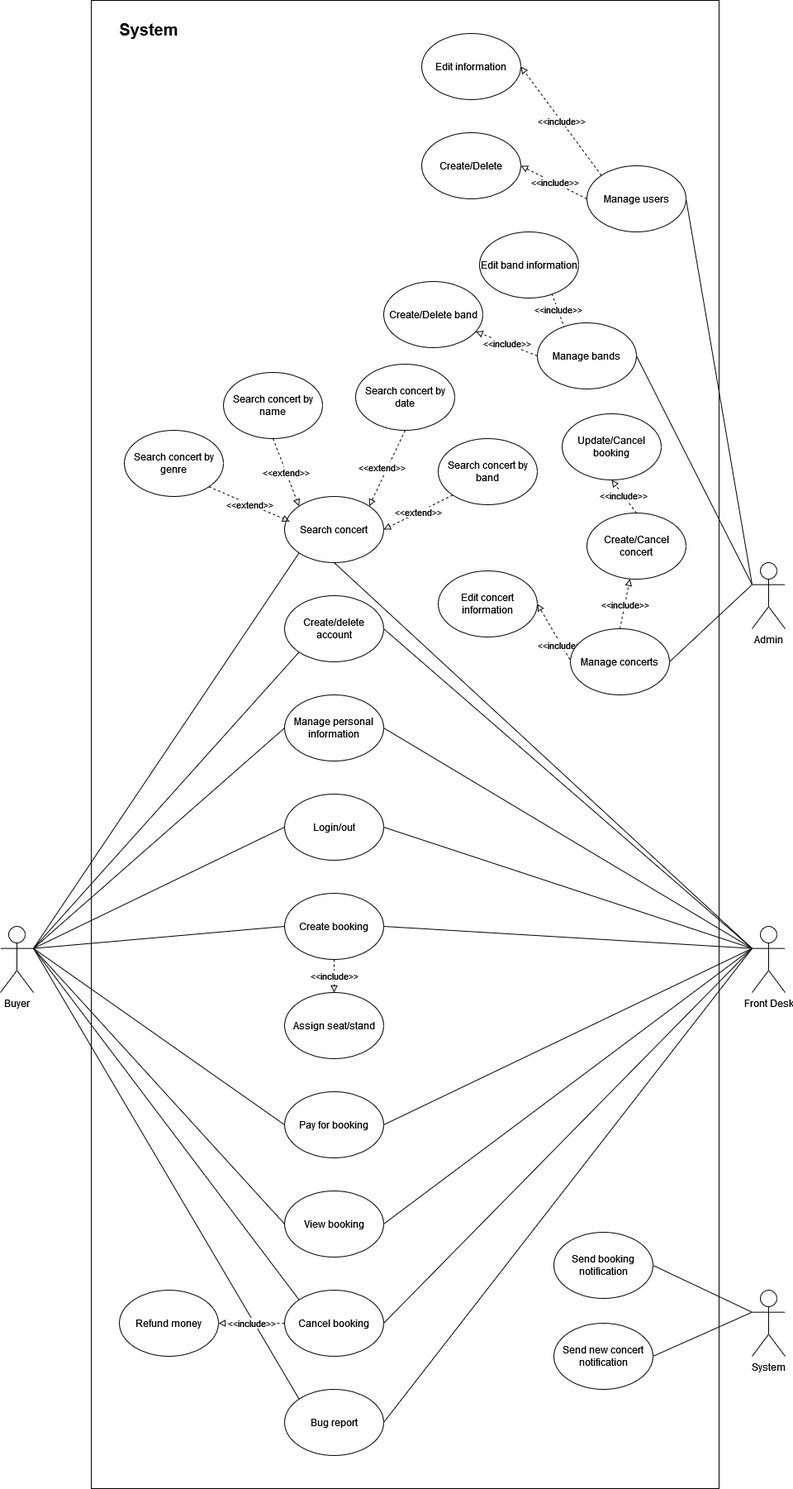
rronaldr/4IT575-Architektury keeps this draw.io diagram as resources/diagrams/images/UseCaseDiagram.png. Above is the earlier version. Source tidied: cells renumbered, new cells last; positions are measured from the earlier drawing's top-left corner, leaving out a move shared by most shapes. Source of this version:
```xml
<mxGraphModel>
  <root>
    <mxCell id="0" />
    <mxCell id="1" parent="0" />
    <mxCell id="2" style="edgeStyle=none;rounded=0;jettySize=auto;html=1;exitX=1;exitY=0.3333333333333333;exitDx=0;exitDy=0;exitPerimeter=0;entryX=0;entryY=1;entryDx=0;entryDy=0;endArrow=none;endFill=0;" parent="1" edge="1" source="6" target="7">
      <mxGeometry relative="1" as="geometry" />
    </mxCell>
    <mxCell id="3" style="edgeStyle=none;rounded=0;jettySize=auto;html=1;exitX=1;exitY=0.3333333333333333;exitDx=0;exitDy=0;exitPerimeter=0;entryX=0;entryY=1;entryDx=0;entryDy=0;endArrow=none;endFill=0;" parent="1" edge="1" source="6" target="18">
      <mxGeometry relative="1" as="geometry" />
    </mxCell>
    <mxCell id="4" style="edgeStyle=none;rounded=0;jettySize=auto;html=1;exitX=1;exitY=0.3333333333333333;exitDx=0;exitDy=0;exitPerimeter=0;entryX=0;entryY=0.5;entryDx=0;entryDy=0;endArrow=none;endFill=0;" parent="1" edge="1" source="6" target="31">
      <mxGeometry relative="1" as="geometry" />
    </mxCell>
    <mxCell id="5" style="edgeStyle=none;rounded=0;jettySize=auto;html=1;exitX=1;exitY=0.3333333333333333;exitDx=0;exitDy=0;exitPerimeter=0;entryX=0;entryY=0;entryDx=0;entryDy=0;endArrow=none;endFill=0;" parent="1" edge="1" source="6" target="63">
      <mxGeometry relative="1" as="geometry" />
    </mxCell>
    <mxCell id="6" value="Buyer" style="shape=umlActor;verticalLabelPosition=bottom;verticalAlign=top;html=1;" parent="1" vertex="1">
      <mxGeometry y="1120" width="40" height="80" as="geometry" />
    </mxCell>
    <mxCell id="7" value="Search concert" style="ellipse;whiteSpace=wrap;html=1;" parent="1" vertex="1">
      <mxGeometry x="344" y="600" width="120" height="80" as="geometry" />
    </mxCell>
    <mxCell id="8" value="&amp;lt;&amp;lt;extend&amp;gt;&amp;gt;" style="edgeStyle=none;rounded=0;jettySize=auto;html=1;exitX=1;exitY=1;exitDx=0;exitDy=0;entryX=0.05;entryY=0.375;entryDx=0;entryDy=0;entryPerimeter=0;dashed=1;endArrow=block;endFill=0;" parent="1" edge="1" source="9" target="7">
      <mxGeometry relative="1" as="geometry" />
    </mxCell>
    <mxCell id="9" value="Search concert by genre" style="ellipse;whiteSpace=wrap;html=1;" parent="1" vertex="1">
      <mxGeometry x="150" y="520" width="120" height="80" as="geometry" />
    </mxCell>
    <mxCell id="10" value="&lt;div&gt;&amp;lt;&amp;lt;extend&amp;gt;&amp;gt;&lt;/div&gt;" style="rounded=0;jettySize=auto;html=1;exitX=0.5;exitY=1;exitDx=0;exitDy=0;entryX=0;entryY=0;entryDx=0;entryDy=0;dashed=1;endArrow=block;endFill=0;" parent="1" edge="1" source="11" target="7">
      <mxGeometry relative="1" as="geometry" />
    </mxCell>
    <mxCell id="11" value="Search concert by name" style="ellipse;whiteSpace=wrap;html=1;" parent="1" vertex="1">
      <mxGeometry x="270" y="450" width="120" height="80" as="geometry" />
    </mxCell>
    <mxCell id="12" value="&lt;div&gt;&amp;lt;&amp;lt;extend&amp;gt;&amp;gt;&lt;span style=&quot;white-space: pre;&quot;&gt;&#9;&lt;/span&gt;&lt;/div&gt;" style="rounded=0;jettySize=auto;html=1;exitX=0.5;exitY=1;exitDx=0;exitDy=0;entryX=1;entryY=0;entryDx=0;entryDy=0;dashed=1;endArrow=block;endFill=0;" parent="1" edge="1" source="13" target="7">
      <mxGeometry relative="1" as="geometry" />
    </mxCell>
    <mxCell id="13" value="Search concert by date" style="ellipse;whiteSpace=wrap;html=1;" parent="1" vertex="1">
      <mxGeometry x="430" y="440" width="120" height="80" as="geometry" />
    </mxCell>
    <mxCell id="14" value="&amp;lt;&amp;lt;extend&amp;gt;&amp;gt;" style="rounded=0;jettySize=auto;html=1;exitX=0;exitY=1;exitDx=0;exitDy=0;entryX=1;entryY=0.5;entryDx=0;entryDy=0;dashed=1;endArrow=block;endFill=0;" parent="1" edge="1" source="15" target="7">
      <mxGeometry relative="1" as="geometry" />
    </mxCell>
    <mxCell id="15" value="Search concert by band" style="ellipse;whiteSpace=wrap;html=1;" parent="1" vertex="1">
      <mxGeometry x="530" y="530" width="120" height="80" as="geometry" />
    </mxCell>
    <mxCell id="16" style="edgeStyle=none;rounded=0;jettySize=auto;html=1;exitX=0;exitY=0.5;exitDx=0;exitDy=0;entryX=1;entryY=0.3333333333333333;entryDx=0;entryDy=0;entryPerimeter=0;endArrow=none;endFill=0;" parent="1" edge="1" source="17" target="6">
      <mxGeometry relative="1" as="geometry" />
    </mxCell>
    <mxCell id="17" value="Login/out" style="ellipse;whiteSpace=wrap;html=1;" parent="1" vertex="1">
      <mxGeometry x="344" y="960" width="120" height="80" as="geometry" />
    </mxCell>
    <mxCell id="18" value="Create/delete account" style="ellipse;whiteSpace=wrap;html=1;" parent="1" vertex="1">
      <mxGeometry x="344" y="720" width="120" height="80" as="geometry" />
    </mxCell>
    <mxCell id="19" style="edgeStyle=none;rounded=0;jettySize=auto;html=1;exitX=0;exitY=0.5;exitDx=0;exitDy=0;endArrow=none;endFill=0;entryX=1;entryY=0.3333333333333333;entryDx=0;entryDy=0;entryPerimeter=0;" parent="1" edge="1" source="21" target="6">
      <mxGeometry relative="1" as="geometry" />
    </mxCell>
    <mxCell id="20" value="&amp;lt;&amp;lt;include&amp;gt;&amp;gt;" style="edgeStyle=none;rounded=0;jettySize=auto;html=1;exitX=0.5;exitY=1;exitDx=0;exitDy=0;entryX=0.5;entryY=0;entryDx=0;entryDy=0;endArrow=block;endFill=0;dashed=1;" parent="1" edge="1" source="21" target="22">
      <mxGeometry relative="1" as="geometry" />
    </mxCell>
    <mxCell id="21" value="Create booking" style="ellipse;whiteSpace=wrap;html=1;" parent="1" vertex="1">
      <mxGeometry x="344" y="1080" width="120" height="80" as="geometry" />
    </mxCell>
    <mxCell id="22" value="Assign seat/stand" style="ellipse;whiteSpace=wrap;html=1;" parent="1" vertex="1">
      <mxGeometry x="344" y="1200" width="120" height="80" as="geometry" />
    </mxCell>
    <mxCell id="23" style="edgeStyle=none;rounded=0;jettySize=auto;html=1;exitX=0;exitY=0.5;exitDx=0;exitDy=0;entryX=1;entryY=0.3333333333333333;entryDx=0;entryDy=0;entryPerimeter=0;endArrow=none;endFill=0;" parent="1" edge="1" source="24" target="6">
      <mxGeometry relative="1" as="geometry" />
    </mxCell>
    <mxCell id="24" value="Pay for booking" style="ellipse;whiteSpace=wrap;html=1;" parent="1" vertex="1">
      <mxGeometry x="344" y="1320" width="120" height="80" as="geometry" />
    </mxCell>
    <mxCell id="25" style="edgeStyle=none;rounded=0;jettySize=auto;html=1;exitX=0;exitY=0;exitDx=0;exitDy=0;entryX=1;entryY=0.3333333333333333;entryDx=0;entryDy=0;entryPerimeter=0;endArrow=none;endFill=0;" parent="1" edge="1" source="27" target="6">
      <mxGeometry relative="1" as="geometry" />
    </mxCell>
    <mxCell id="26" value="&amp;lt;&amp;lt;include&amp;gt;&amp;gt;" style="edgeStyle=none;rounded=0;jettySize=auto;html=1;exitX=0;exitY=0.5;exitDx=0;exitDy=0;dashed=1;endArrow=block;endFill=0;" parent="1" edge="1" source="27" target="30">
      <mxGeometry relative="1" as="geometry" />
    </mxCell>
    <mxCell id="27" value="Cancel booking" style="ellipse;whiteSpace=wrap;html=1;" parent="1" vertex="1">
      <mxGeometry x="344" y="1560" width="120" height="80" as="geometry" />
    </mxCell>
    <mxCell id="28" style="edgeStyle=none;rounded=0;jettySize=auto;html=1;exitX=0;exitY=0.5;exitDx=0;exitDy=0;entryX=1;entryY=0.3333333333333333;entryDx=0;entryDy=0;entryPerimeter=0;endArrow=none;endFill=0;" parent="1" edge="1" source="29" target="6">
      <mxGeometry relative="1" as="geometry" />
    </mxCell>
    <mxCell id="29" value="View booking" style="ellipse;whiteSpace=wrap;html=1;" parent="1" vertex="1">
      <mxGeometry x="344" y="1440" width="120" height="80" as="geometry" />
    </mxCell>
    <mxCell id="30" value="Refund money" style="ellipse;whiteSpace=wrap;html=1;" parent="1" vertex="1">
      <mxGeometry x="144" y="1560" width="120" height="80" as="geometry" />
    </mxCell>
    <mxCell id="31" value="Manage personal information" style="ellipse;whiteSpace=wrap;html=1;" parent="1" vertex="1">
      <mxGeometry x="344" y="840" width="120" height="80" as="geometry" />
    </mxCell>
    <mxCell id="32" value="&amp;lt;&amp;lt;include&amp;gt;&amp;gt;" style="edgeStyle=none;rounded=0;jettySize=auto;html=1;exitX=0.5;exitY=0;exitDx=0;exitDy=0;dashed=1;endArrow=block;endFill=0;" parent="1" edge="1" source="34" target="37">
      <mxGeometry relative="1" as="geometry" />
    </mxCell>
    <mxCell id="33" value="&amp;lt;&amp;lt;include&amp;gt;&amp;gt;" style="edgeStyle=none;rounded=0;jettySize=auto;html=1;exitX=0;exitY=1;exitDx=0;exitDy=0;entryX=1;entryY=0.5;entryDx=0;entryDy=0;dashed=1;endArrow=block;endFill=0;" parent="1" edge="1" source="34" target="35">
      <mxGeometry relative="1" as="geometry" />
    </mxCell>
    <mxCell id="34" value="Manage concerts" style="ellipse;whiteSpace=wrap;html=1;" parent="1" vertex="1">
      <mxGeometry x="690" y="760" width="120" height="80" as="geometry" />
    </mxCell>
    <mxCell id="35" value="Edit concert information" style="ellipse;whiteSpace=wrap;html=1;" parent="1" vertex="1">
      <mxGeometry x="530" y="690" width="120" height="80" as="geometry" />
    </mxCell>
    <mxCell id="36" value="&amp;lt;&amp;lt;include&amp;gt;&amp;gt;" style="edgeStyle=none;rounded=0;jettySize=auto;html=1;exitX=0.5;exitY=0;exitDx=0;exitDy=0;entryX=0.5;entryY=1;entryDx=0;entryDy=0;endArrow=block;endFill=0;dashed=1;" parent="1" edge="1" source="37" target="38">
      <mxGeometry relative="1" as="geometry" />
    </mxCell>
    <mxCell id="37" value="Create/Cancel concert" style="ellipse;whiteSpace=wrap;html=1;" parent="1" vertex="1">
      <mxGeometry x="710" y="620" width="120" height="80" as="geometry" />
    </mxCell>
    <mxCell id="38" value="Update/Cancel booking" style="ellipse;whiteSpace=wrap;html=1;" parent="1" vertex="1">
      <mxGeometry x="680" y="500" width="120" height="80" as="geometry" />
    </mxCell>
    <mxCell id="39" value="&amp;lt;&amp;lt;include&amp;gt;&amp;gt;" style="edgeStyle=none;rounded=0;jettySize=auto;html=1;exitX=0;exitY=0.5;exitDx=0;exitDy=0;dashed=1;endArrow=block;endFill=0;" parent="1" edge="1" source="41" target="43">
      <mxGeometry relative="1" as="geometry" />
    </mxCell>
    <mxCell id="40" value="&amp;lt;&amp;lt;include&amp;gt;&amp;gt;" style="edgeStyle=none;rounded=0;jettySize=auto;html=1;exitX=0.5;exitY=1;exitDx=0;exitDy=0;entryX=0.5;entryY=0;entryDx=0;entryDy=0;dashed=1;endArrow=block;endFill=0;" parent="1" edge="1" source="41" target="42">
      <mxGeometry relative="1" as="geometry" />
    </mxCell>
    <mxCell id="41" value="Manage bands" style="ellipse;whiteSpace=wrap;html=1;" parent="1" vertex="1">
      <mxGeometry x="650" y="390" width="120" height="80" as="geometry" />
    </mxCell>
    <mxCell id="42" value="Edit band information" style="ellipse;whiteSpace=wrap;html=1;gradientColor=none;" parent="1" vertex="1">
      <mxGeometry x="580" y="280" width="120" height="80" as="geometry" />
    </mxCell>
    <mxCell id="43" value="Create/Delete band" style="ellipse;whiteSpace=wrap;html=1;" parent="1" vertex="1">
      <mxGeometry x="464" y="340" width="120" height="80" as="geometry" />
    </mxCell>
    <mxCell id="44" style="edgeStyle=none;rounded=0;jettySize=auto;html=1;exitX=0;exitY=0.3333333333333333;exitDx=0;exitDy=0;exitPerimeter=0;entryX=1;entryY=0.5;entryDx=0;entryDy=0;endArrow=none;endFill=0;" parent="1" edge="1" source="47" target="34">
      <mxGeometry relative="1" as="geometry" />
    </mxCell>
    <mxCell id="45" style="edgeStyle=none;rounded=0;jettySize=auto;html=1;exitX=0;exitY=0.3333333333333333;exitDx=0;exitDy=0;exitPerimeter=0;entryX=1;entryY=0.5;entryDx=0;entryDy=0;endArrow=none;endFill=0;" parent="1" edge="1" source="47" target="66">
      <mxGeometry relative="1" as="geometry" />
    </mxCell>
    <mxCell id="46" style="edgeStyle=none;rounded=0;jettySize=auto;html=1;exitX=0;exitY=0.3333333333333333;exitDx=0;exitDy=0;exitPerimeter=0;entryX=1;entryY=0.5;entryDx=0;entryDy=0;endArrow=none;endFill=0;" parent="1" edge="1" source="47" target="41">
      <mxGeometry relative="1" as="geometry" />
    </mxCell>
    <mxCell id="47" value="Admin" style="shape=umlActor;verticalLabelPosition=bottom;verticalAlign=top;html=1;" parent="1" vertex="1">
      <mxGeometry x="910" y="680" width="40" height="80" as="geometry" />
    </mxCell>
    <mxCell id="48" style="edgeStyle=none;rounded=0;jettySize=auto;html=1;exitX=0;exitY=0.3333333333333333;exitDx=0;exitDy=0;exitPerimeter=0;entryX=1;entryY=0.5;entryDx=0;entryDy=0;endArrow=none;endFill=0;" parent="1" edge="1" source="57" target="21">
      <mxGeometry relative="1" as="geometry" />
    </mxCell>
    <mxCell id="49" style="rounded=0;jettySize=auto;html=1;exitX=0;exitY=0.3333333333333333;exitDx=0;exitDy=0;exitPerimeter=0;entryX=0.5;entryY=1;entryDx=0;entryDy=0;endArrow=none;endFill=0;" parent="1" edge="1" source="57" target="7">
      <mxGeometry relative="1" as="geometry" />
    </mxCell>
    <mxCell id="50" style="edgeStyle=none;rounded=0;jettySize=auto;html=1;exitX=0;exitY=0.3333333333333333;exitDx=0;exitDy=0;exitPerimeter=0;entryX=1;entryY=0.5;entryDx=0;entryDy=0;endArrow=none;endFill=0;" parent="1" edge="1" source="57" target="18">
      <mxGeometry relative="1" as="geometry" />
    </mxCell>
    <mxCell id="51" style="edgeStyle=none;rounded=0;jettySize=auto;html=1;exitX=0;exitY=0.3333333333333333;exitDx=0;exitDy=0;exitPerimeter=0;entryX=1;entryY=0.5;entryDx=0;entryDy=0;endArrow=none;endFill=0;" parent="1" edge="1" source="57" target="31">
      <mxGeometry relative="1" as="geometry" />
    </mxCell>
    <mxCell id="52" style="edgeStyle=none;rounded=0;jettySize=auto;html=1;exitX=0;exitY=0.3333333333333333;exitDx=0;exitDy=0;exitPerimeter=0;entryX=1;entryY=0.5;entryDx=0;entryDy=0;endArrow=none;endFill=0;" parent="1" edge="1" source="57" target="17">
      <mxGeometry relative="1" as="geometry" />
    </mxCell>
    <mxCell id="53" style="edgeStyle=none;rounded=0;jettySize=auto;html=1;exitX=0;exitY=0.3333333333333333;exitDx=0;exitDy=0;exitPerimeter=0;entryX=1;entryY=0.5;entryDx=0;entryDy=0;endArrow=none;endFill=0;" parent="1" edge="1" source="57" target="24">
      <mxGeometry relative="1" as="geometry" />
    </mxCell>
    <mxCell id="54" style="edgeStyle=none;rounded=0;jettySize=auto;html=1;exitX=0;exitY=0.3333333333333333;exitDx=0;exitDy=0;exitPerimeter=0;entryX=1;entryY=0.5;entryDx=0;entryDy=0;endArrow=none;endFill=0;" parent="1" edge="1" source="57" target="29">
      <mxGeometry relative="1" as="geometry" />
    </mxCell>
    <mxCell id="55" style="edgeStyle=none;rounded=0;jettySize=auto;html=1;exitX=0;exitY=0.3333333333333333;exitDx=0;exitDy=0;exitPerimeter=0;entryX=1;entryY=0.5;entryDx=0;entryDy=0;endArrow=none;endFill=0;" parent="1" edge="1" source="57" target="27">
      <mxGeometry relative="1" as="geometry" />
    </mxCell>
    <mxCell id="56" style="edgeStyle=none;rounded=0;jettySize=auto;html=1;exitX=0;exitY=0.3333333333333333;exitDx=0;exitDy=0;exitPerimeter=0;entryX=1;entryY=0.5;entryDx=0;entryDy=0;endArrow=none;endFill=0;" parent="1" edge="1" source="57" target="63">
      <mxGeometry relative="1" as="geometry" />
    </mxCell>
    <mxCell id="57" value="Front Desk" style="shape=umlActor;verticalLabelPosition=bottom;verticalAlign=top;html=1;" parent="1" vertex="1">
      <mxGeometry x="910" y="1120" width="40" height="80" as="geometry" />
    </mxCell>
    <mxCell id="58" style="edgeStyle=none;rounded=0;jettySize=auto;html=1;exitX=0;exitY=0.3333333333333333;exitDx=0;exitDy=0;exitPerimeter=0;entryX=1;entryY=0.5;entryDx=0;entryDy=0;endArrow=none;endFill=0;" parent="1" edge="1" source="60" target="62">
      <mxGeometry relative="1" as="geometry" />
    </mxCell>
    <mxCell id="59" style="edgeStyle=none;rounded=0;jettySize=auto;html=1;exitX=0;exitY=0.3333333333333333;exitDx=0;exitDy=0;exitPerimeter=0;entryX=1;entryY=0.5;entryDx=0;entryDy=0;endArrow=none;endFill=0;" parent="1" edge="1" source="60" target="61">
      <mxGeometry relative="1" as="geometry" />
    </mxCell>
    <mxCell id="60" value="System" style="shape=umlActor;verticalLabelPosition=bottom;verticalAlign=top;html=1;" parent="1" vertex="1">
      <mxGeometry x="910" y="1560" width="40" height="80" as="geometry" />
    </mxCell>
    <mxCell id="61" value="Send new concert notification" style="ellipse;whiteSpace=wrap;html=1;fillColor=default;gradientColor=none;" parent="1" vertex="1">
      <mxGeometry x="670" y="1600" width="120" height="80" as="geometry" />
    </mxCell>
    <mxCell id="62" value="Send booking notification" style="ellipse;whiteSpace=wrap;html=1;fillColor=default;gradientColor=none;" parent="1" vertex="1">
      <mxGeometry x="670" y="1490" width="120" height="80" as="geometry" />
    </mxCell>
    <mxCell id="63" value="Bug report" style="ellipse;whiteSpace=wrap;html=1;fillColor=default;gradientColor=none;" parent="1" vertex="1">
      <mxGeometry x="344" y="1680" width="120" height="80" as="geometry" />
    </mxCell>
    <mxCell id="64" value="&lt;div&gt;&amp;lt;&amp;lt;include&amp;gt;&amp;gt;&lt;/div&gt;" style="edgeStyle=none;rounded=0;jettySize=auto;html=1;exitX=0;exitY=0.5;exitDx=0;exitDy=0;entryX=1;entryY=0.5;entryDx=0;entryDy=0;endArrow=block;endFill=0;dashed=1;" parent="1" edge="1" source="66" target="68">
      <mxGeometry relative="1" as="geometry" />
    </mxCell>
    <mxCell id="65" value="&amp;lt;&amp;lt;include&amp;gt;&amp;gt;" style="edgeStyle=none;rounded=0;jettySize=auto;html=1;exitX=0;exitY=0;exitDx=0;exitDy=0;entryX=1;entryY=0.5;entryDx=0;entryDy=0;dashed=1;endArrow=block;endFill=0;" parent="1" edge="1" source="66" target="67">
      <mxGeometry relative="1" as="geometry" />
    </mxCell>
    <mxCell id="66" value="Manage users" style="ellipse;whiteSpace=wrap;html=1;fillColor=default;gradientColor=none;" parent="1" vertex="1">
      <mxGeometry x="710" y="200" width="120" height="80" as="geometry" />
    </mxCell>
    <mxCell id="67" value="Edit information" style="ellipse;whiteSpace=wrap;html=1;fillColor=default;gradientColor=none;" parent="1" vertex="1">
      <mxGeometry x="510" y="40" width="120" height="80" as="geometry" />
    </mxCell>
    <mxCell id="68" value="Create/Delete" style="ellipse;whiteSpace=wrap;html=1;fillColor=default;gradientColor=none;" parent="1" vertex="1">
      <mxGeometry x="510" y="160" width="120" height="80" as="geometry" />
    </mxCell>
    <mxCell id="69" value="&lt;b&gt;&lt;font style=&quot;font-size: 20px;&quot;&gt;System&lt;/font&gt;&lt;/b&gt;" style="text;html=1;strokeColor=none;fillColor=none;align=center;verticalAlign=middle;whiteSpace=wrap;rounded=0;" parent="1" vertex="1">
      <mxGeometry x="110" width="140" height="70" as="geometry" />
    </mxCell>
    <mxCell id="70" style="rounded=0;whiteSpace=wrap;html=1;fillColor=none;" parent="1" vertex="1">
      <mxGeometry x="110" width="760" height="1800" as="geometry" />
    </mxCell>
  </root>
</mxGraphModel>
```
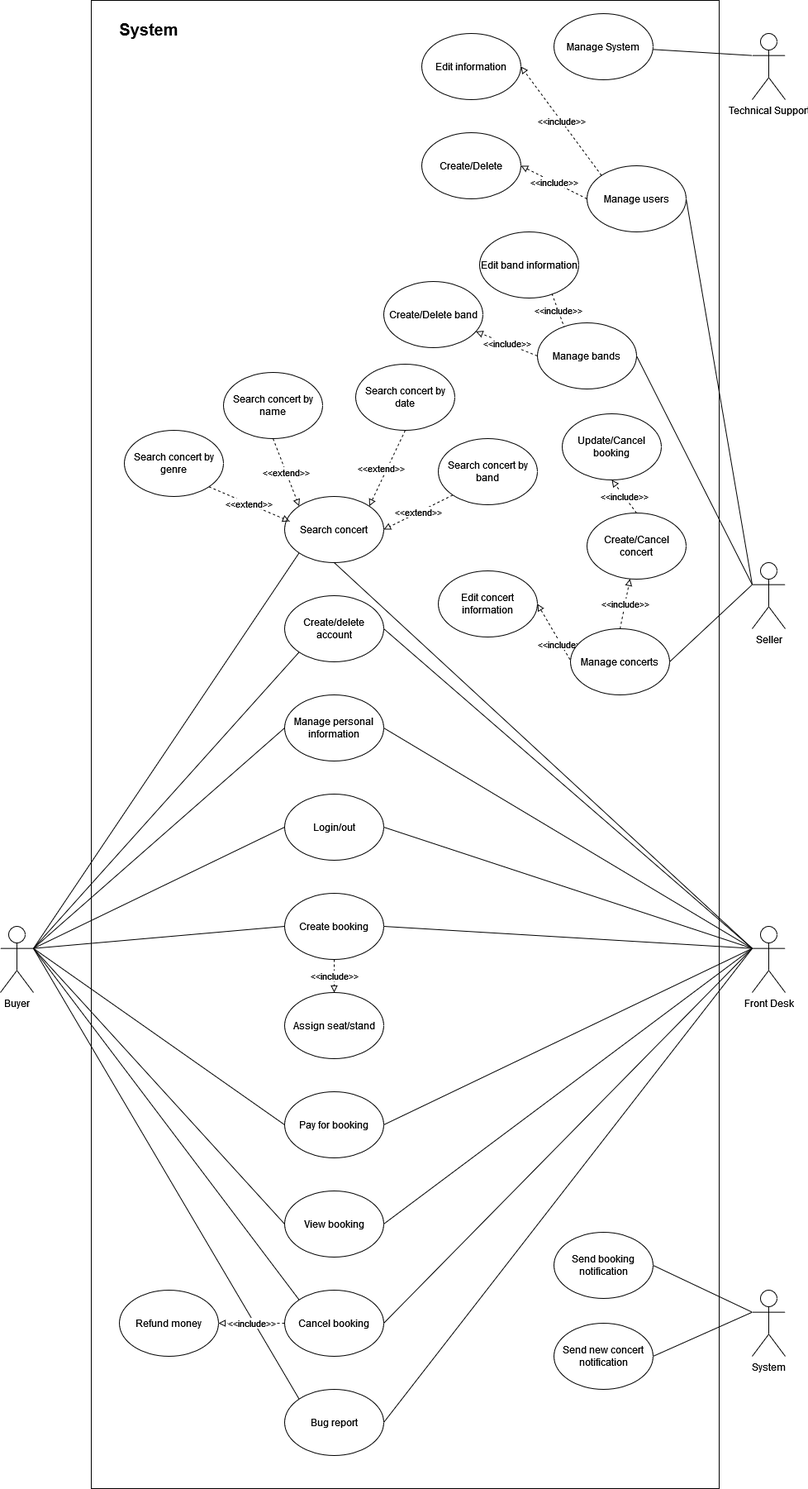
Above is the later version.

What changed in the source:
```diff
@@ -137,7 +137,7 @@
     <mxCell id="46" style="edgeStyle=none;rounded=0;jettySize=auto;html=1;exitX=0;exitY=0.3333333333333333;exitDx=0;exitDy=0;exitPerimeter=0;entryX=1;entryY=0.5;entryDx=0;entryDy=0;endArrow=none;endFill=0;" parent="1" edge="1" source="47" target="41">
       <mxGeometry relative="1" as="geometry" />
     </mxCell>
-    <mxCell id="47" value="Admin" style="shape=umlActor;verticalLabelPosition=bottom;verticalAlign=top;html=1;" parent="1" vertex="1">
+    <mxCell id="47" value="Seller" style="shape=umlActor;verticalLabelPosition=bottom;verticalAlign=top;html=1;" parent="1" vertex="1">
       <mxGeometry x="910" y="680" width="40" height="80" as="geometry" />
     </mxCell>
     <mxCell id="48" style="edgeStyle=none;rounded=0;jettySize=auto;html=1;exitX=0;exitY=0.3333333333333333;exitDx=0;exitDy=0;exitPerimeter=0;entryX=1;entryY=0.5;entryDx=0;entryDy=0;endArrow=none;endFill=0;" parent="1" edge="1" source="57" target="21">
@@ -209,5 +209,14 @@
     <mxCell id="70" style="rounded=0;whiteSpace=wrap;html=1;fillColor=none;" parent="1" vertex="1">
       <mxGeometry x="110" width="760" height="1800" as="geometry" />
     </mxCell>
+    <mxCell id="71" style="rounded=0;jettySize=auto;html=1;exitX=0;exitY=0.3333333333333333;exitDx=0;exitDy=0;exitPerimeter=0;endArrow=none;endFill=0;" parent="1" edge="1" source="72" target="73">
+      <mxGeometry relative="1" as="geometry" />
+    </mxCell>
+    <mxCell id="72" value="Technical Support" style="shape=umlActor;verticalLabelPosition=bottom;verticalAlign=top;html=1;" parent="1" vertex="1">
+      <mxGeometry x="910" y="40" width="40" height="80" as="geometry" />
+    </mxCell>
+    <mxCell id="73" value="Manage System" style="ellipse;whiteSpace=wrap;html=1;" parent="1" vertex="1">
+      <mxGeometry x="670" y="16" width="120" height="80" as="geometry" />
+    </mxCell>
   </root>
 </mxGraphModel>
```
